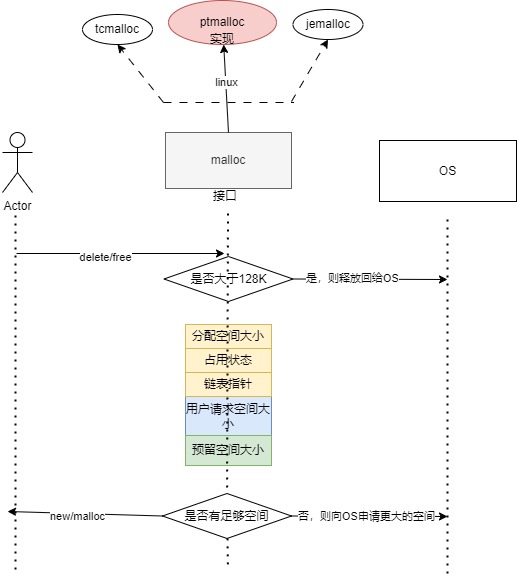
Earlier version of the draw.io export CS/语言/C(++)/堆管理器.drawio.png (sirius-zyj/Images). Source tidied: cells renumbered, new cells last; positions are measured from the earlier drawing's top-left corner, leaving out a move shared by most shapes.
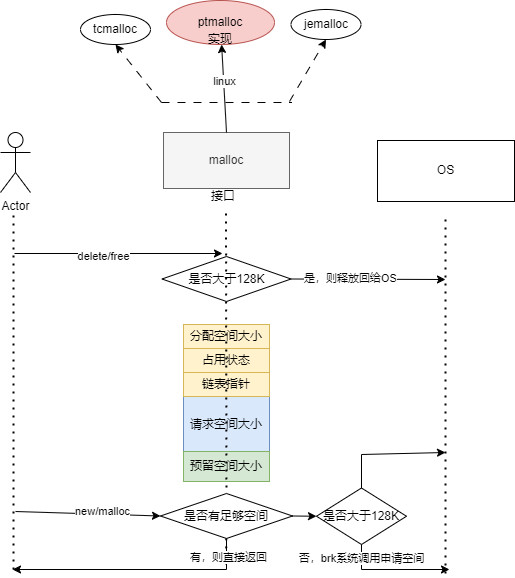
The same diagram one commit later.

Commit message:
更新堆管理器.drawio.png

The edit, as a diff of the source:
```diff
@@ -37,9 +37,9 @@
     <mxCell id="9" value="delete/free" style="edgeLabel;html=1;align=center;verticalAlign=middle;" parent="8" vertex="1">
       <mxGeometry x="-0.15" y="-3" relative="1" as="geometry" />
     </mxCell>
-    <mxCell id="10" style="endArrow=classic;html=1;rounded=0;exitX=0;exitY=0.5;exitDx=0;exitDy=0;" parent="1" edge="1" source="31">
+    <mxCell id="10" style="endArrow=classic;html=1;rounded=0;entryX=0;entryY=0.5;entryDx=0;entryDy=0;" parent="1" edge="1" target="31">
       <mxGeometry relative="1" as="geometry">
-        <mxPoint x="5" y="511" as="targetPoint" />
+        <mxPoint x="15" y="511" as="sourcePoint" />
       </mxGeometry>
     </mxCell>
     <mxCell id="11" value="new/malloc" style="edgeLabel;html=1;align=center;verticalAlign=middle;" parent="10" vertex="1">
@@ -61,11 +61,11 @@
     <mxCell id="15" value="分配空间大小" style="rounded=0;whiteSpace=wrap;html=1;fillColor=#fff2cc;strokeColor=#d6b656;" parent="1" vertex="1">
       <mxGeometry x="183" y="324" width="86" height="24" as="geometry" />
     </mxCell>
-    <mxCell id="16" value="用户请求空间大小" style="rounded=0;whiteSpace=wrap;html=1;fillColor=#dae8fc;strokeColor=#6c8ebf;" parent="1" vertex="1">
-      <mxGeometry x="183" y="396" width="86" height="39" as="geometry" />
+    <mxCell id="16" value="请求空间大小" style="rounded=0;whiteSpace=wrap;html=1;fillColor=#dae8fc;strokeColor=#6c8ebf;" parent="1" vertex="1">
+      <mxGeometry x="183" y="396" width="86" height="56" as="geometry" />
     </mxCell>
     <mxCell id="17" value="预留空间大小" style="rounded=0;whiteSpace=wrap;html=1;fillColor=#d5e8d4;strokeColor=#82b366;" parent="1" vertex="1">
-      <mxGeometry x="183" y="435" width="86" height="30" as="geometry" />
+      <mxGeometry x="183" y="451" width="86" height="30" as="geometry" />
     </mxCell>
     <mxCell id="18" style="endArrow=classic;html=1;rounded=0;exitX=0.5;exitY=0;exitDx=0;exitDy=0;" parent="1" edge="1" source="2" target="23">
       <mxGeometry relative="1" as="geometry" />
@@ -116,17 +116,43 @@
       </mxGeometry>
     </mxCell>
     <mxCell id="31" value="是否有足够空间" style="rhombus;whiteSpace=wrap;html=1;" parent="1" vertex="1">
-      <mxGeometry x="160" y="493" width="129" height="45" as="geometry" />
+      <mxGeometry x="160" y="493" width="132" height="45" as="geometry" />
     </mxCell>
-    <mxCell id="32" style="endArrow=classic;html=1;rounded=0;exitX=1;exitY=0.5;exitDx=0;exitDy=0;" parent="1" edge="1" source="31">
-      <mxGeometry relative="1" as="geometry">
-        <mxPoint x="445" y="516" as="targetPoint" />
-      </mxGeometry>
+    <mxCell id="32" style="endArrow=classic;html=1;rounded=0;exitX=1;exitY=0.5;exitDx=0;exitDy=0;entryX=0;entryY=0.5;entryDx=0;entryDy=0;" parent="1" edge="1" source="31" target="36">
+      <mxGeometry relative="1" as="geometry" />
     </mxCell>
-    <mxCell id="33" value="否，则向OS申请更大的空间" style="edgeLabel;html=1;align=center;verticalAlign=middle;" parent="32" vertex="1">
-      <mxGeometry x="-0.58" relative="1" as="geometry">
-        <mxPoint x="42" as="offset" />
-      </mxGeometry>
-    </mxCell>
+    <mxCell id="34" style="endArrow=classic;html=1;rounded=0;exitX=0.5;exitY=1;exitDx=0;exitDy=0;" parent="1" edge="1" source="31">
+      <mxGeometry relative="1" as="geometry">
+        <mxPoint x="12" y="569" as="targetPoint" />
+        <Array as="points">
+          <mxPoint x="226" y="569" />
+        </Array>
+      </mxGeometry>
+    </mxCell>
+    <mxCell id="35" value="有，则直接返回" style="edgeLabel;html=1;align=center;verticalAlign=middle;" parent="34" vertex="1">
+      <mxGeometry x="-0.85" y="2" relative="1" as="geometry" />
+    </mxCell>
+    <mxCell id="36" value="是否大于128K" style="rhombus;whiteSpace=wrap;html=1;" parent="1" vertex="1">
+      <mxGeometry x="316" y="487.5" width="90" height="56.5" as="geometry" />
+    </mxCell>
+    <mxCell id="37" style="endArrow=classic;html=1;rounded=0;exitX=0.5;exitY=1;exitDx=0;exitDy=0;" parent="1" edge="1" source="36">
+      <mxGeometry relative="1" as="geometry">
+        <mxPoint x="449" y="569" as="targetPoint" />
+        <Array as="points">
+          <mxPoint x="361" y="569" />
+        </Array>
+      </mxGeometry>
+    </mxCell>
+    <mxCell id="38" value="否，brk系统调用申请空间" style="edgeLabel;html=1;align=center;verticalAlign=middle;" parent="37" vertex="1">
+      <mxGeometry x="-0.76" relative="1" as="geometry" />
+    </mxCell>
+    <mxCell id="39" style="endArrow=classic;html=1;rounded=0;exitX=0.5;exitY=0;exitDx=0;exitDy=0;" parent="1" edge="1" source="36">
+      <mxGeometry relative="1" as="geometry">
+        <mxPoint x="445" y="452" as="targetPoint" />
+        <Array as="points">
+          <mxPoint x="361" y="454" />
+        </Array>
+      </mxGeometry>
+    </mxCell>
   </root>
 </mxGraphModel>
```
